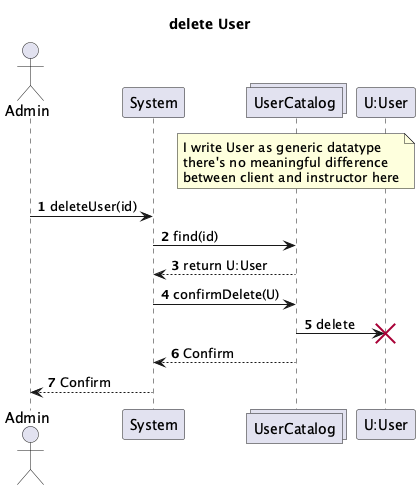
This is System-Diagrams/UML Interaction/Admin/Admin-Interaction-Diagrams_001.png from vibqetowi/soen-342-project, a PlantUML export, as it was before one commit. Its diagram source:
```plantuml
@startuml
actor Admin
participant System
collections UserCatalog
participant "U:User"

note over of UserCatalog
I write User as generic datatype
there's no meaningful difference
between client and instructor here
end note

title delete User

autonumber

Admin -> System : deleteUser(id)
System -> UserCatalog : find(id)
UserCatalog --> System : return U:User
System -> UserCatalog : confirmDelete(U)
UserCatalog -> "U:User" !! : delete
UserCatalog --> System : Confirm
System --> Admin : Confirm

@enduml
```
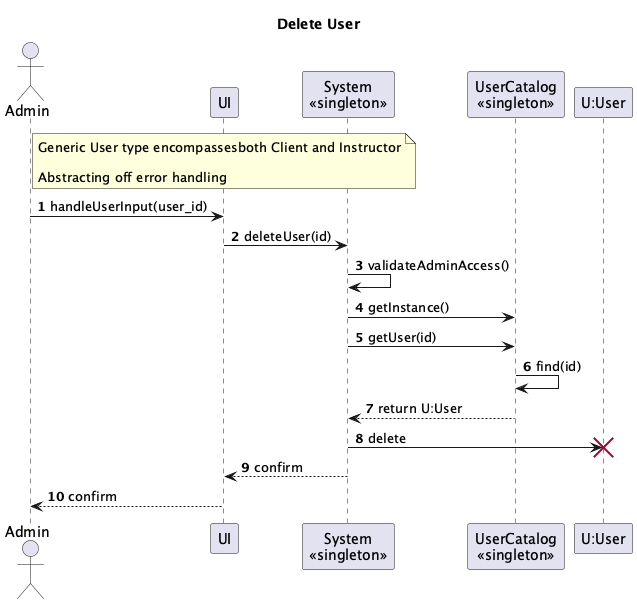
The same file after the commit.

Change to the diagram source:
```diff
@@ -1,25 +1,29 @@
 @startuml
 actor Admin
-participant System
-collections UserCatalog
-participant "U:User"
+participant UI
+participant "System\n<<singleton>>" as System
+participant "UserCatalog\n<<singleton>>" as UserCatalog
+participant "U:User" as User
 
-note over of UserCatalog
-I write User as generic datatype
-there's no meaningful difference
-between client and instructor here
+note over UI
+Generic User type encompassesboth Client and Instructor
+
+Abstracting off error handling
 end note
 
-title delete User
+title Delete User
 
 autonumber
 
-Admin -> System : deleteUser(id)
-System -> UserCatalog : find(id)
-UserCatalog --> System : return U:User
-System -> UserCatalog : confirmDelete(U)
-UserCatalog -> "U:User" !! : delete
-UserCatalog --> System : Confirm
-System --> Admin : Confirm
+Admin -> UI: handleUserInput(user_id)
+UI -> System: deleteUser(id)
+System -> System: validateAdminAccess()
+System -> UserCatalog: getInstance()
+System -> UserCatalog: getUser(id)
+UserCatalog -> UserCatalog: find(id)
+UserCatalog --> System: return U:User
+System -> User !!: delete
+System --> UI: confirm
+UI --> Admin: confirm
 
 @enduml
```
